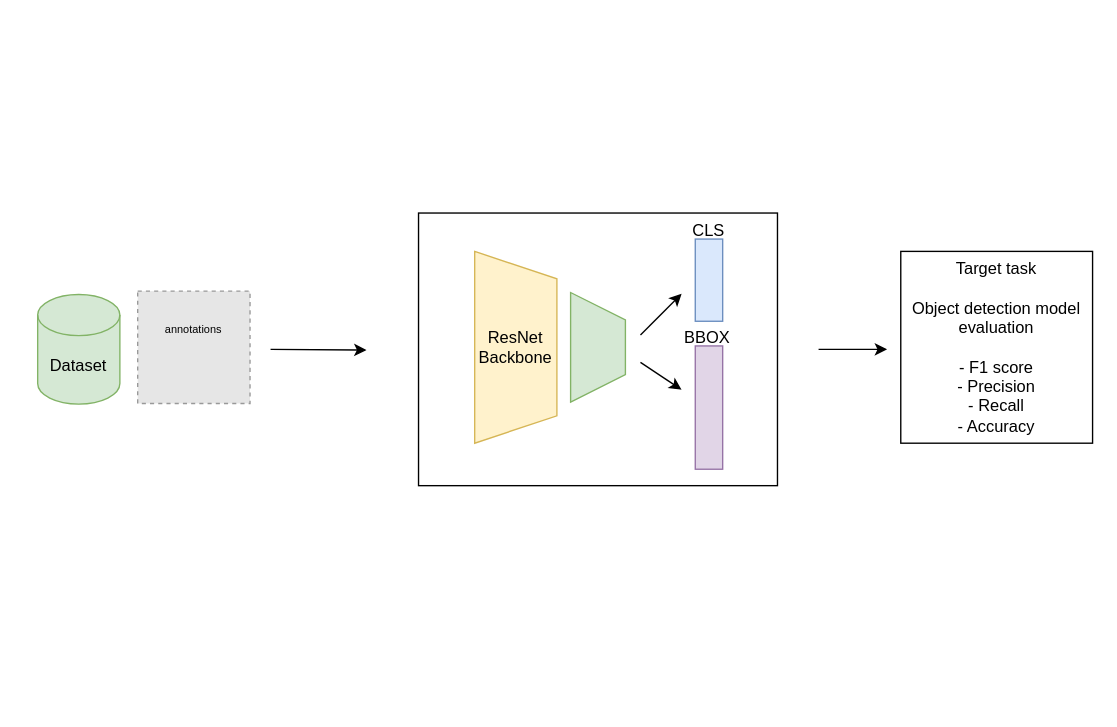
This is page "Page-2" (2 of 2) of Untitled Diagram.drawio from karunpr1/Moon, a draw.io file, before an edit. Source tidied: cells renumbered, new cells numbered last; positions are measured from the earlier drawing's top-left corner, leaving out a move shared by most shapes. Both pictures are drawn from the tidied source at 137%, with x=0, y=0 at pixel (37, 210). Pictures stored in the file or linked from it are replaced by grey dashed boxes.
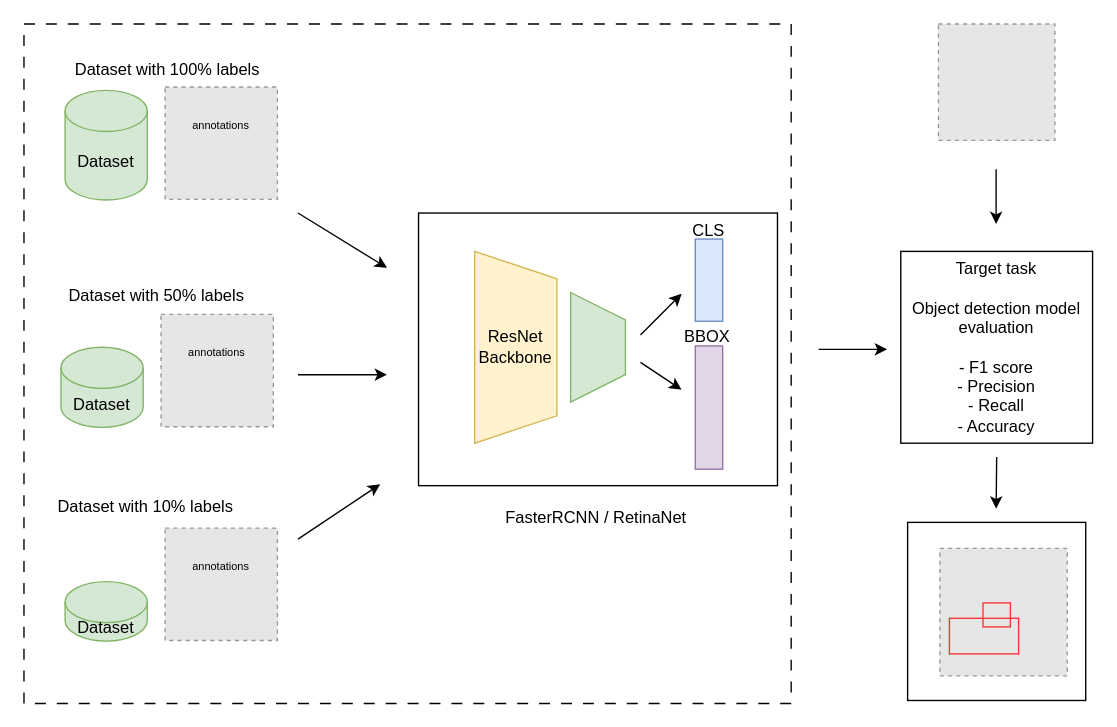
Above is the later version.

What changed in the source:
```diff
@@
+    <mxCell id="17" style="rounded=0;whiteSpace=wrap;html=1;fillColor=none;dashed=1;dashPattern=8 8;" parent="1" vertex="1">
+      <mxGeometry x="-10" y="-136" width="560" height="496" as="geometry" />
+    </mxCell>
@@
     <mxCell id="11" value="Dataset" style="shape=cylinder3;whiteSpace=wrap;html=1;boundedLbl=1;backgroundOutline=1;size=15;fillColor=#d5e8d4;strokeColor=#82b366;" parent="1" vertex="1">
-      <mxGeometry y="61.5" width="60" height="80" as="geometry" />
+      <mxGeometry x="20" y="-87.5" width="60" height="80" as="geometry" />
     </mxCell>
     <mxCell id="12" style="fillColor=#E6E6E6;strokeColor=#999999;dashed=1;html=1;verticalAlign=top;verticalLabelPosition=bottom;labelBackgroundColor=#ffffff;" parent="1" vertex="1">
-      <mxGeometry x="73" y="59" width="82" height="82" as="geometry" />
+      <mxGeometry x="93" y="-90" width="82" height="82" as="geometry" />
     </mxCell>
     <mxCell id="13" value="annotations" style="text;html=1;align=center;verticalAlign=middle;whiteSpace=wrap;rounded=0;fontSize=8;" parent="1" vertex="1">
-      <mxGeometry x="84" y="71.5" width="60" height="30" as="geometry" />
+      <mxGeometry x="104" y="-77.5" width="60" height="30" as="geometry" />
     </mxCell>
     <mxCell id="14" style="endArrow=classic;html=1;rounded=0;" parent="1" edge="1">
       <mxGeometry relative="1" as="geometry">
-        <mxPoint x="170" y="101.5" as="sourcePoint" />
-        <mxPoint x="240" y="102" as="targetPoint" />
+        <mxPoint x="190" y="2" as="sourcePoint" />
+        <mxPoint x="255" y="42" as="targetPoint" />
       </mxGeometry>
     </mxCell>
-    <mxCell id="15" value="Target task&lt;div&gt;&lt;br&gt;&lt;div&gt;&lt;span style=&quot;background-color: initial;&quot;&gt;Object detection model evaluation&lt;/span&gt;&lt;/div&gt;&lt;div&gt;&lt;span style=&quot;background-color: initial;&quot;&gt;&lt;br&gt;&lt;/span&gt;&lt;/div&gt;&lt;div&gt;- F1 score&lt;/div&gt;&lt;div&gt;- Precision&lt;/div&gt;&lt;div&gt;- Recall&lt;/div&gt;&lt;div&gt;- Accuracy&lt;/div&gt;&lt;/div&gt;" style="whiteSpace=wrap;html=1;" parent="1" vertex="1">
+    <mxCell id="15" value="Target task&lt;div&gt;&lt;br&gt;&lt;div&gt;&lt;span style=&quot;background-color: initial;&quot;&gt;Object detection model evaluation&lt;/span&gt;&lt;/div&gt;&lt;div&gt;&lt;span style=&quot;background-color: initial;&quot;&gt;&lt;br&gt;&lt;/span&gt;&lt;/div&gt;&lt;div&gt;- F1 score&lt;/div&gt;&lt;div&gt;- Precision&lt;/div&gt;&lt;div&gt;- Recall&lt;/div&gt;&lt;div&gt;- Accuracy&lt;/div&gt;&lt;/div&gt;" style="whiteSpace=wrap;html=1;fillColor=none;" parent="1" vertex="1">
       <mxGeometry x="630" y="30" width="140" height="140" as="geometry" />
     </mxCell>
@@
+    <mxCell id="18" value="FasterRCNN / RetinaNet&amp;nbsp;" style="text;html=1;align=center;verticalAlign=middle;strokeColor=none;fillColor=none;" parent="1" vertex="1">
+      <mxGeometry x="329" y="210" width="160" height="30" as="geometry" />
+    </mxCell>
+    <mxCell id="19" value="Dataset" style="shape=cylinder3;whiteSpace=wrap;html=1;boundedLbl=1;backgroundOutline=1;size=15;fillColor=#d5e8d4;strokeColor=#82b366;" parent="1" vertex="1">
+      <mxGeometry x="17" y="100" width="60" height="58.5" as="geometry" />
+    </mxCell>
+    <mxCell id="20" style="fillColor=#E6E6E6;strokeColor=#999999;dashed=1;html=1;verticalAlign=top;verticalLabelPosition=bottom;labelBackgroundColor=#ffffff;" parent="1" vertex="1">
+      <mxGeometry x="90" y="76" width="82" height="82" as="geometry" />
+    </mxCell>
+    <mxCell id="21" value="annotations" style="text;html=1;align=center;verticalAlign=middle;whiteSpace=wrap;rounded=0;fontSize=8;" parent="1" vertex="1">
+      <mxGeometry x="101" y="88.5" width="60" height="30" as="geometry" />
+    </mxCell>
+    <mxCell id="22" value="Dataset" style="shape=cylinder3;whiteSpace=wrap;html=1;boundedLbl=1;backgroundOutline=1;size=15;fillColor=#d5e8d4;strokeColor=#82b366;" parent="1" vertex="1">
+      <mxGeometry x="20" y="271" width="60" height="43.5" as="geometry" />
+    </mxCell>
+    <mxCell id="23" style="fillColor=#E6E6E6;strokeColor=#999999;dashed=1;html=1;verticalAlign=top;verticalLabelPosition=bottom;labelBackgroundColor=#ffffff;" parent="1" vertex="1">
+      <mxGeometry x="93" y="232" width="82" height="82" as="geometry" />
+    </mxCell>
+    <mxCell id="24" value="annotations" style="text;html=1;align=center;verticalAlign=middle;whiteSpace=wrap;rounded=0;fontSize=8;" parent="1" vertex="1">
+      <mxGeometry x="104" y="244.5" width="60" height="30" as="geometry" />
+    </mxCell>
+    <mxCell id="25" style="endArrow=classic;html=1;rounded=0;" parent="1" edge="1">
+      <mxGeometry relative="1" as="geometry">
+        <mxPoint x="190" y="120" as="sourcePoint" />
+        <mxPoint x="255" y="120" as="targetPoint" />
+      </mxGeometry>
+    </mxCell>
+    <mxCell id="26" style="endArrow=classic;html=1;rounded=0;" parent="1" edge="1">
+      <mxGeometry relative="1" as="geometry">
+        <mxPoint x="190" y="240" as="sourcePoint" />
+        <mxPoint x="250" y="200" as="targetPoint" />
+      </mxGeometry>
+    </mxCell>
+    <mxCell id="27" value="Dataset with 100% labels" style="text;html=1;align=center;verticalAlign=middle;whiteSpace=wrap;rounded=0;" parent="1" vertex="1">
+      <mxGeometry x="10" y="-117.5" width="170" height="30" as="geometry" />
+    </mxCell>
+    <mxCell id="28" value="Dataset with 50% labels" style="text;html=1;align=center;verticalAlign=middle;whiteSpace=wrap;rounded=0;" parent="1" vertex="1">
+      <mxGeometry x="2" y="48" width="170" height="30" as="geometry" />
+    </mxCell>
+    <mxCell id="29" value="Dataset with 10% labels" style="text;html=1;align=center;verticalAlign=middle;whiteSpace=wrap;rounded=0;" parent="1" vertex="1">
+      <mxGeometry x="-6" y="202" width="170" height="30" as="geometry" />
+    </mxCell>
+    <mxCell id="30" style="fillColor=#E6E6E6;strokeColor=#999999;dashed=1;verticalLabelPosition=bottom;labelBackgroundColor=default;verticalAlign=top;" parent="1" vertex="1">
+      <mxGeometry x="657.5" y="-136" width="85" height="85" as="geometry" />
+    </mxCell>
+    <mxCell id="31" style="group;" parent="1" vertex="1">
+      <mxGeometry x="635" y="227.8" width="130" height="130" as="geometry" />
+    </mxCell>
+    <mxCell id="32" style="fillColor=#E6E6E6;strokeColor=#999999;dashed=1;verticalLabelPosition=bottom;labelBackgroundColor=default;verticalAlign=top;" parent="31" vertex="1">
+      <mxGeometry x="23.5" y="19" width="93" height="93" as="geometry" />
+    </mxCell>
+    <mxCell id="33" style="rounded=0;whiteSpace=wrap;html=1;fillColor=none;" parent="31" vertex="1">
+      <mxGeometry width="130" height="130" as="geometry" />
+    </mxCell>
+    <mxCell id="34" style="rounded=0;whiteSpace=wrap;html=1;fillColor=none;strokeColor=#FF3333;" parent="31" vertex="1">
+      <mxGeometry x="55" y="58.8" width="20" height="17.5" as="geometry" />
+    </mxCell>
+    <mxCell id="35" style="rounded=0;whiteSpace=wrap;html=1;fillColor=none;strokeColor=#FF3333;" parent="31" vertex="1">
+      <mxGeometry x="30.5" y="70" width="50.5" height="26" as="geometry" />
+    </mxCell>
+    <mxCell id="36" style="endArrow=classic;html=1;rounded=0;" parent="1" edge="1">
+      <mxGeometry relative="1" as="geometry">
+        <mxPoint x="699.6" y="-30" as="sourcePoint" />
+        <mxPoint x="699.6" y="10" as="targetPoint" />
+      </mxGeometry>
+    </mxCell>
+    <mxCell id="37" style="endArrow=classic;html=1;rounded=0;entryX=0.568;entryY=0;entryDx=0;entryDy=0;entryPerimeter=0;" parent="1" edge="1">
+      <mxGeometry relative="1" as="geometry">
+        <mxPoint x="700" y="180" as="sourcePoint" />
+        <mxPoint x="699.6" y="217.8" as="targetPoint" />
+      </mxGeometry>
+    </mxCell>
```
